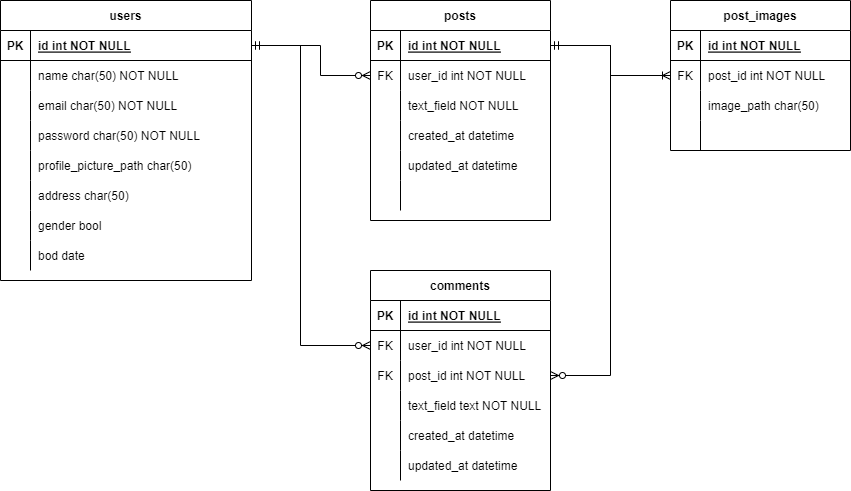
The draw.io diagram ERD.png in dh-atha/SocialMediaBackendProject, before a commit. Source tidied: cells renumbered, new cells last; positions are measured from the earlier drawing's top-left corner, leaving out a move shared by most shapes.
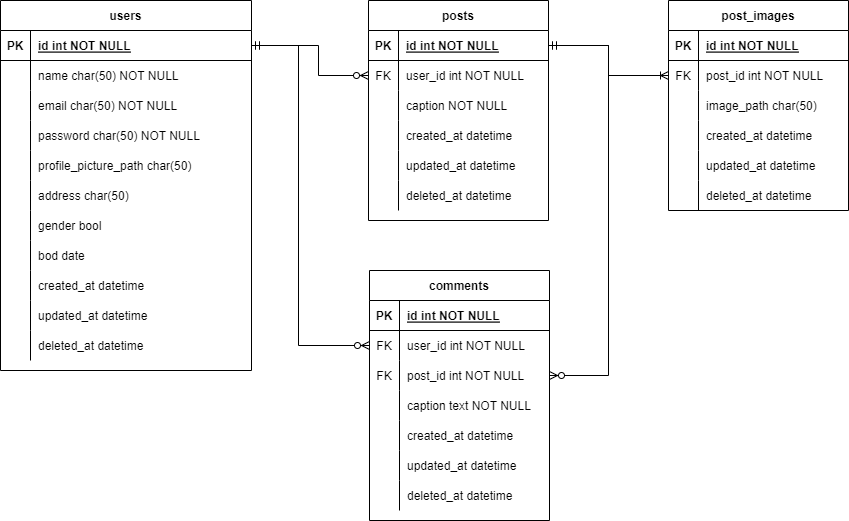
Above is the later version.

Change to the diagram source:
```diff
@@ -3,7 +3,7 @@
     <mxCell id="0" />
     <mxCell id="1" parent="0" />
     <mxCell id="2" value="users" style="shape=table;startSize=30;rowLines=0;fontStyle=1;align=center;" parent="1" vertex="1">
-      <mxGeometry width="251" height="280" as="geometry" />
+      <mxGeometry x="2" width="251" height="370" as="geometry" />
     </mxCell>
     <mxCell id="3" style="shape=partialRectangle;fillColor=none;points=[[0,0.5],[1,0.5]];portConstraint=eastwest;top=0;left=0;right=0;bottom=1;" parent="2" vertex="1">
       <mxGeometry y="30" width="251" height="30" as="geometry" />
@@ -77,6 +77,33 @@
     <mxCell id="26" value="bod date" style="shape=partialRectangle;overflow=hidden;fillColor=none;top=0;left=0;bottom=0;right=0;align=left;spacingLeft=6;" parent="24" vertex="1">
       <mxGeometry x="30" width="221" height="30" as="geometry" />
     </mxCell>
+    <mxCell id="82" style="shape=partialRectangle;fillColor=none;top=0;left=0;right=0;bottom=0;" parent="2" vertex="1">
+      <mxGeometry y="270" width="251" height="30" as="geometry" />
+    </mxCell>
+    <mxCell id="83" style="shape=partialRectangle;overflow=hidden;fillColor=none;top=0;left=0;bottom=0;right=0;" parent="82" vertex="1">
+      <mxGeometry width="30" height="30" as="geometry" />
+    </mxCell>
+    <mxCell id="84" value="created_at datetime" style="shape=partialRectangle;overflow=hidden;fillColor=none;top=0;left=0;bottom=0;right=0;align=left;spacingLeft=6;" parent="82" vertex="1">
+      <mxGeometry x="30" width="221" height="30" as="geometry" />
+    </mxCell>
+    <mxCell id="85" style="shape=partialRectangle;fillColor=none;top=0;left=0;right=0;bottom=0;" parent="2" vertex="1">
+      <mxGeometry y="300" width="251" height="30" as="geometry" />
+    </mxCell>
+    <mxCell id="86" style="shape=partialRectangle;overflow=hidden;fillColor=none;top=0;left=0;bottom=0;right=0;" parent="85" vertex="1">
+      <mxGeometry width="30" height="30" as="geometry" />
+    </mxCell>
+    <mxCell id="87" value="updated_at datetime" style="shape=partialRectangle;overflow=hidden;fillColor=none;top=0;left=0;bottom=0;right=0;align=left;spacingLeft=6;" parent="85" vertex="1">
+      <mxGeometry x="30" width="221" height="30" as="geometry" />
+    </mxCell>
+    <mxCell id="88" style="shape=partialRectangle;fillColor=none;top=0;left=0;right=0;bottom=0;" parent="2" vertex="1">
+      <mxGeometry y="330" width="251" height="30" as="geometry" />
+    </mxCell>
+    <mxCell id="89" style="shape=partialRectangle;overflow=hidden;fillColor=none;top=0;left=0;bottom=0;right=0;" parent="88" vertex="1">
+      <mxGeometry width="30" height="30" as="geometry" />
+    </mxCell>
+    <mxCell id="90" value="deleted_at datetime" style="shape=partialRectangle;overflow=hidden;fillColor=none;top=0;left=0;bottom=0;right=0;align=left;spacingLeft=6;" parent="88" vertex="1">
+      <mxGeometry x="30" width="221" height="30" as="geometry" />
+    </mxCell>
     <mxCell id="27" value="posts" style="shape=table;startSize=30;rowLines=0;fontStyle=1;align=center;" parent="1" vertex="1">
       <mxGeometry x="370" width="180" height="220" as="geometry" />
     </mxCell>
@@ -104,7 +131,7 @@
     <mxCell id="35" style="shape=partialRectangle;fillColor=none;top=0;left=0;bottom=0;right=0;overflow=hidden;" parent="34" vertex="1">
       <mxGeometry width="30" height="30" as="geometry" />
     </mxCell>
-    <mxCell id="36" value="text_field NOT NULL" style="shape=partialRectangle;fillColor=none;top=0;left=0;bottom=0;right=0;align=left;spacingLeft=6;overflow=hidden;" parent="34" vertex="1">
+    <mxCell id="36" value="caption NOT NULL" style="shape=partialRectangle;fillColor=none;top=0;left=0;bottom=0;right=0;align=left;spacingLeft=6;overflow=hidden;" parent="34" vertex="1">
       <mxGeometry x="30" width="150" height="30" as="geometry" />
     </mxCell>
     <mxCell id="37" style="shape=tableRow;horizontal=0;startSize=0;swimlaneHead=0;swimlaneBody=0;fillColor=none;top=0;left=0;right=0;bottom=0;" parent="27" vertex="1">
@@ -131,7 +158,7 @@
     <mxCell id="44" style="shape=partialRectangle;fillColor=none;top=0;left=0;bottom=0;right=0;overflow=hidden;" parent="43" vertex="1">
       <mxGeometry width="30" height="30" as="geometry" />
     </mxCell>
-    <mxCell id="45" style="shape=partialRectangle;fillColor=none;top=0;left=0;bottom=0;right=0;align=left;spacingLeft=6;overflow=hidden;" parent="43" vertex="1">
+    <mxCell id="45" value="deleted_at datetime" style="shape=partialRectangle;fillColor=none;top=0;left=0;bottom=0;right=0;align=left;spacingLeft=6;overflow=hidden;" parent="43" vertex="1">
       <mxGeometry x="30" width="150" height="30" as="geometry" />
     </mxCell>
     <mxCell id="46" style="edgeStyle=orthogonalEdgeStyle;fontSize=12;html=1;endArrow=ERzeroToMany;startArrow=ERmandOne;rounded=0;exitX=1;exitY=0.5;exitDx=0;exitDy=0;" parent="1" edge="1" source="3" target="31">
@@ -143,7 +170,7 @@
       </mxGeometry>
     </mxCell>
     <mxCell id="47" value="comments" style="shape=table;startSize=30;rowLines=0;fontStyle=1;align=center;" parent="1" vertex="1">
-      <mxGeometry x="370" y="270" width="180" height="220" as="geometry" />
+      <mxGeometry x="371" y="270" width="180" height="250" as="geometry" />
     </mxCell>
     <mxCell id="48" style="shape=tableRow;horizontal=0;startSize=0;swimlaneHead=0;swimlaneBody=0;fillColor=none;top=0;left=0;right=0;bottom=1;" parent="47" vertex="1">
       <mxGeometry y="30" width="180" height="30" as="geometry" />
@@ -178,7 +205,7 @@
     <mxCell id="58" style="shape=partialRectangle;fillColor=none;top=0;left=0;bottom=0;right=0;overflow=hidden;" parent="57" vertex="1">
       <mxGeometry width="30" height="30" as="geometry" />
     </mxCell>
-    <mxCell id="59" value="text_field text NOT NULL" style="shape=partialRectangle;fillColor=none;top=0;left=0;bottom=0;right=0;align=left;spacingLeft=6;overflow=hidden;" parent="57" vertex="1">
+    <mxCell id="59" value="caption text NOT NULL" style="shape=partialRectangle;fillColor=none;top=0;left=0;bottom=0;right=0;align=left;spacingLeft=6;overflow=hidden;" parent="57" vertex="1">
       <mxGeometry x="30" width="150" height="30" as="geometry" />
     </mxCell>
     <mxCell id="60" style="shape=tableRow;horizontal=0;startSize=0;swimlaneHead=0;swimlaneBody=0;fillColor=none;top=0;left=0;right=0;bottom=0;" parent="47" vertex="1">
@@ -199,6 +226,15 @@
     <mxCell id="65" value="updated_at datetime" style="shape=partialRectangle;fillColor=none;top=0;left=0;bottom=0;right=0;align=left;spacingLeft=6;overflow=hidden;" parent="63" vertex="1">
       <mxGeometry x="30" width="150" height="30" as="geometry" />
     </mxCell>
+    <mxCell id="91" style="shape=tableRow;horizontal=0;startSize=0;swimlaneHead=0;swimlaneBody=0;fillColor=none;top=0;left=0;right=0;bottom=0;" parent="47" vertex="1">
+      <mxGeometry y="210" width="180" height="30" as="geometry" />
+    </mxCell>
+    <mxCell id="92" style="shape=partialRectangle;fillColor=none;top=0;left=0;bottom=0;right=0;overflow=hidden;" parent="91" vertex="1">
+      <mxGeometry width="30" height="30" as="geometry" />
+    </mxCell>
+    <mxCell id="93" value="deleted_at datetime" style="shape=partialRectangle;fillColor=none;top=0;left=0;bottom=0;right=0;align=left;spacingLeft=6;overflow=hidden;" parent="91" vertex="1">
+      <mxGeometry x="30" width="150" height="30" as="geometry" />
+    </mxCell>
     <mxCell id="66" style="edgeStyle=orthogonalEdgeStyle;fontSize=12;html=1;endArrow=ERzeroToMany;startArrow=ERmandOne;rounded=0;exitX=1;exitY=0.5;exitDx=0;exitDy=0;entryX=0;entryY=0.5;entryDx=0;entryDy=0;" parent="1" edge="1" source="3" target="51">
       <mxGeometry relative="1" as="geometry">
         <Array as="points">
@@ -216,7 +252,7 @@
       </mxGeometry>
     </mxCell>
     <mxCell id="68" value="post_images" style="shape=table;startSize=30;rowLines=0;fontStyle=1;align=center;" parent="1" vertex="1">
-      <mxGeometry x="670" width="180" height="150" as="geometry" />
+      <mxGeometry x="670" width="180" height="210" as="geometry" />
     </mxCell>
     <mxCell id="69" style="shape=tableRow;horizontal=0;startSize=0;swimlaneHead=0;swimlaneBody=0;fillColor=none;top=0;left=0;right=0;bottom=1;" parent="68" vertex="1">
       <mxGeometry y="30" width="180" height="30" as="geometry" />
@@ -251,9 +287,27 @@
     <mxCell id="79" style="shape=partialRectangle;fillColor=none;top=0;left=0;bottom=0;right=0;overflow=hidden;" parent="78" vertex="1">
       <mxGeometry width="30" height="30" as="geometry" />
     </mxCell>
-    <mxCell id="80" style="shape=partialRectangle;fillColor=none;top=0;left=0;bottom=0;right=0;align=left;spacingLeft=6;overflow=hidden;" parent="78" vertex="1">
+    <mxCell id="80" value="created_at datetime" style="shape=partialRectangle;fillColor=none;top=0;left=0;bottom=0;right=0;align=left;spacingLeft=6;overflow=hidden;" parent="78" vertex="1">
       <mxGeometry x="30" width="150" height="30" as="geometry" />
     </mxCell>
+    <mxCell id="94" style="shape=tableRow;horizontal=0;startSize=0;swimlaneHead=0;swimlaneBody=0;fillColor=none;top=0;left=0;right=0;bottom=0;" parent="68" vertex="1">
+      <mxGeometry y="150" width="180" height="30" as="geometry" />
+    </mxCell>
+    <mxCell id="95" style="shape=partialRectangle;fillColor=none;top=0;left=0;bottom=0;right=0;overflow=hidden;" parent="94" vertex="1">
+      <mxGeometry width="30" height="30" as="geometry" />
+    </mxCell>
+    <mxCell id="96" value="updated_at datetime" style="shape=partialRectangle;fillColor=none;top=0;left=0;bottom=0;right=0;align=left;spacingLeft=6;overflow=hidden;" parent="94" vertex="1">
+      <mxGeometry x="30" width="150" height="30" as="geometry" />
+    </mxCell>
+    <mxCell id="97" style="shape=tableRow;horizontal=0;startSize=0;swimlaneHead=0;swimlaneBody=0;fillColor=none;top=0;left=0;right=0;bottom=0;" parent="68" vertex="1">
+      <mxGeometry y="180" width="180" height="30" as="geometry" />
+    </mxCell>
+    <mxCell id="98" style="shape=partialRectangle;fillColor=none;top=0;left=0;bottom=0;right=0;overflow=hidden;" parent="97" vertex="1">
+      <mxGeometry width="30" height="30" as="geometry" />
+    </mxCell>
+    <mxCell id="99" value="deleted_at datetime" style="shape=partialRectangle;fillColor=none;top=0;left=0;bottom=0;right=0;align=left;spacingLeft=6;overflow=hidden;" parent="97" vertex="1">
+      <mxGeometry x="30" width="150" height="30" as="geometry" />
+    </mxCell>
     <mxCell id="81" style="edgeStyle=orthogonalEdgeStyle;fontSize=12;html=1;endArrow=ERoneToMany;startArrow=ERmandOne;rounded=0;" parent="1" edge="1" source="28" target="72">
       <mxGeometry relative="1" as="geometry" />
     </mxCell>
```
